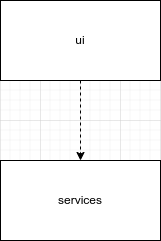
The draw.io diagram documentation/pictures/pakkauskaavio.png in RedFoxFinn/ot-harjoitustyo, before a commit. Source tidied: cells renumbered, new cells last; positions are measured from the earlier drawing's top-left corner, leaving out a move shared by most shapes.
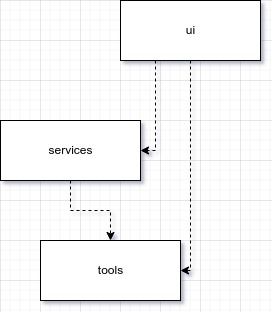
After the commit.

Change to the diagram source:
```diff
@@ -2,14 +2,31 @@
   <root>
     <mxCell id="0" />
     <mxCell id="1" parent="0" />
+    <mxCell id="4" style="edgeStyle=orthogonalEdgeStyle;rounded=0;jettySize=auto;html=1;exitX=0.25;exitY=1;exitDx=0;exitDy=0;entryX=1;entryY=0.5;entryDx=0;entryDy=0;dashed=1;" parent="1" edge="1" source="2" target="3">
+      <mxGeometry relative="1" as="geometry">
+        <Array as="points">
+          <mxPoint x="195" y="30" />
+        </Array>
+      </mxGeometry>
+    </mxCell>
+    <mxCell id="5" style="edgeStyle=orthogonalEdgeStyle;rounded=0;jettySize=auto;html=1;exitX=0.5;exitY=1;exitDx=0;exitDy=0;entryX=1;entryY=0.5;entryDx=0;entryDy=0;dashed=1;" parent="1" edge="1" source="2" target="7">
+      <mxGeometry relative="1" as="geometry">
+        <Array as="points">
+          <mxPoint x="230" y="150" />
+        </Array>
+      </mxGeometry>
+    </mxCell>
-    <mxCell id="2" value="ui" style="rounded=0;whiteSpace=wrap;html=1;" parent="1" vertex="1">
-      <mxGeometry width="160" height="80" as="geometry" />
+    <mxCell id="2" value="ui" style="html=1;" parent="1" vertex="1">
+      <mxGeometry x="160" y="-120" width="140" height="60" as="geometry" />
     </mxCell>
+    <mxCell id="6" style="edgeStyle=orthogonalEdgeStyle;rounded=0;jettySize=auto;html=1;exitX=0.5;exitY=1;exitDx=0;exitDy=0;entryX=0.5;entryY=0;entryDx=0;entryDy=0;dashed=1;" parent="1" edge="1" source="3" target="7">
+      <mxGeometry relative="1" as="geometry" />
+    </mxCell>
-    <mxCell id="3" value="services" style="rounded=0;whiteSpace=wrap;html=1;" parent="1" vertex="1">
-      <mxGeometry y="160" width="160" height="80" as="geometry" />
+    <mxCell id="3" value="services" style="html=1;" parent="1" vertex="1">
+      <mxGeometry x="40" width="140" height="60" as="geometry" />
     </mxCell>
-    <mxCell id="4" style="endArrow=classic;html=1;rounded=0;entryX=0.5;entryY=0;entryDx=0;entryDy=0;dashed=1;exitX=0.5;exitY=1;exitDx=0;exitDy=0;" parent="1" edge="1" source="2" target="3">
-      <mxGeometry relative="1" as="geometry" />
-    </mxCell>
+    <mxCell id="7" value="tools" style="html=1;" parent="1" vertex="1">
+      <mxGeometry x="80" y="120" width="140" height="60" as="geometry" />
+    </mxCell>
   </root>
 </mxGraphModel>
```
